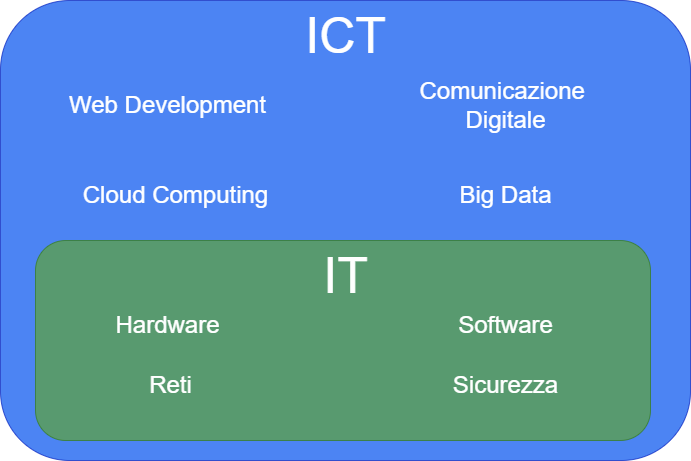
Above: images/ItIct.png in SirBeeow/Tesi (draw.io), before the change. Source tidied: cells renumbered, new cells last; positions are measured from the earlier drawing's top-left corner, leaving out a move shared by most shapes.
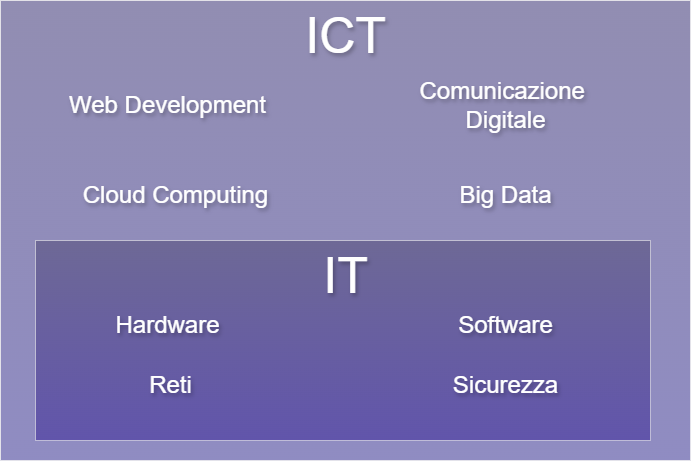
The same diagram one commit later.

The edit, as a diff of the source:
```diff
@@ -2,40 +2,40 @@
   <root>
     <mxCell id="0" />
     <mxCell id="1" parent="0" />
-    <mxCell id="2" style="rounded=1;whiteSpace=wrap;html=1;fillColor=#0050ef;strokeColor=#001DBC;fontColor=#ffffff;opacity=70;" parent="1" vertex="1">
+    <mxCell id="2" style="rounded=0;html=1;fillColor=#635D91;strokeColor=#EEEEEE;opacity=70;fontSize=12;arcSize=24;fillStyle=auto;labelBackgroundColor=none;fontColor=#FFFFFF;gradientColor=#605BA8;" parent="1" vertex="1">
       <mxGeometry width="690" height="460" as="geometry" />
     </mxCell>
-    <mxCell id="3" value="&lt;font style=&quot;font-size: 50px;&quot;&gt;ICT&lt;/font&gt;" style="text;fontSize=24;align=center;verticalAlign=middle;html=1;fontColor=#FFFFFF;" parent="1" vertex="1">
+    <mxCell id="3" value="&lt;font style=&quot;font-size: 50px;&quot;&gt;ICT&lt;/font&gt;" style="text;fontSize=24;align=center;verticalAlign=middle;html=1;fontColor=#FFFFFF;strokeColor=none;fillColor=none;perimeterSpacing=0;textShadow=1;fontStyle=0;rounded=0;labelBackgroundColor=none;" parent="1" vertex="1">
       <mxGeometry x="250" width="190" height="70" as="geometry" />
     </mxCell>
-    <mxCell id="4" style="rounded=1;whiteSpace=wrap;html=1;fillColor=#60a917;strokeColor=#2D7600;fontColor=#ffffff;opacity=60;" parent="1" vertex="1">
+    <mxCell id="4" style="rounded=0;whiteSpace=wrap;html=1;fillColor=#56517E;strokeColor=#EEEEEE;opacity=60;labelBackgroundColor=none;fontColor=#FFFFFF;gradientColor=#42309C;" parent="1" vertex="1">
       <mxGeometry x="35" y="240" width="615" height="200" as="geometry" />
     </mxCell>
-    <mxCell id="5" value="&lt;font style=&quot;font-size: 50px;&quot;&gt;IT&lt;/font&gt;" style="text;fontSize=24;align=center;verticalAlign=middle;html=1;fontColor=#FFFFFF;" parent="1" vertex="1">
+    <mxCell id="5" value="&lt;font style=&quot;font-size: 50px;&quot;&gt;IT&lt;/font&gt;" style="text;fontSize=24;align=center;verticalAlign=middle;html=1;fontColor=#FFFFFF;textShadow=1;rounded=0;labelBackgroundColor=none;" parent="1" vertex="1">
       <mxGeometry x="252.2" y="230" width="185.5" height="90" as="geometry" />
     </mxCell>
-    <mxCell id="6" value="Hardware" style="text;fontSize=24;align=center;verticalAlign=middle;html=1;fontColor=#FFFFFF;" parent="1" vertex="1">
+    <mxCell id="6" value="Hardware" style="text;fontSize=24;align=center;verticalAlign=middle;html=1;fontColor=#FFFFFF;textShadow=1;rounded=0;labelBackgroundColor=none;" parent="1" vertex="1">
       <mxGeometry x="72.2" y="290" width="190" height="70" as="geometry" />
     </mxCell>
-    <mxCell id="7" value="Software" style="text;fontSize=24;align=center;verticalAlign=middle;html=1;fontColor=#FFFFFF;" parent="1" vertex="1">
+    <mxCell id="7" value="Software" style="text;fontSize=24;align=center;verticalAlign=middle;html=1;fontColor=#FFFFFF;textShadow=1;rounded=0;labelBackgroundColor=none;" parent="1" vertex="1">
       <mxGeometry x="410" y="290" width="190" height="70" as="geometry" />
     </mxCell>
-    <mxCell id="8" value="Sicurezza" style="text;fontSize=24;align=center;verticalAlign=middle;html=1;fontColor=#FFFFFF;" parent="1" vertex="1">
+    <mxCell id="8" value="Sicurezza" style="text;fontSize=24;align=center;verticalAlign=middle;html=1;fontColor=#FFFFFF;textShadow=1;rounded=0;labelBackgroundColor=none;" parent="1" vertex="1">
       <mxGeometry x="410" y="350" width="190" height="70" as="geometry" />
     </mxCell>
-    <mxCell id="9" value="Reti" style="text;fontSize=24;align=center;verticalAlign=middle;html=1;fontColor=#FFFFFF;" parent="1" vertex="1">
+    <mxCell id="9" value="Reti" style="text;fontSize=24;align=center;verticalAlign=middle;html=1;fontColor=#FFFFFF;textShadow=1;rounded=0;labelBackgroundColor=none;" parent="1" vertex="1">
       <mxGeometry x="74.5" y="350" width="190" height="70" as="geometry" />
     </mxCell>
-    <mxCell id="10" value="Web&amp;nbsp;Development" style="text;fontSize=24;align=center;verticalAlign=middle;html=1;fontColor=#FFFFFF;" parent="1" vertex="1">
+    <mxCell id="10" value="Web&amp;nbsp;Development" style="text;fontSize=24;align=center;verticalAlign=middle;html=1;fontColor=#FFFFFF;labelBorderColor=none;textShadow=1;labelBackgroundColor=none;rounded=0;" parent="1" vertex="1">
       <mxGeometry x="72.2" y="70" width="190" height="70" as="geometry" />
     </mxCell>
-    <mxCell id="11" value="Comunicazione&amp;nbsp;&lt;div&gt;Digitale&lt;/div&gt;" style="text;fontSize=24;align=center;verticalAlign=middle;html=1;fontColor=#FFFFFF;" parent="1" vertex="1">
+    <mxCell id="11" value="Comunicazione&amp;nbsp;&lt;div&gt;Digitale&lt;/div&gt;" style="text;fontSize=24;align=center;verticalAlign=middle;html=1;fontColor=#FFFFFF;textShadow=1;rounded=0;labelBackgroundColor=none;" parent="1" vertex="1">
       <mxGeometry x="410" y="70" width="190" height="70" as="geometry" />
     </mxCell>
-    <mxCell id="12" value="Cloud Computing" style="text;fontSize=24;align=center;verticalAlign=middle;html=1;fontColor=#FFFFFF;" parent="1" vertex="1">
+    <mxCell id="12" value="Cloud Computing" style="text;fontSize=24;align=center;verticalAlign=middle;html=1;fontColor=#FFFFFF;textShadow=1;rounded=0;labelBackgroundColor=none;" parent="1" vertex="1">
       <mxGeometry x="80" y="160" width="190" height="70" as="geometry" />
     </mxCell>
-    <mxCell id="13" value="Big Data" style="text;fontSize=24;align=center;verticalAlign=middle;html=1;fontColor=#FFFFFF;" parent="1" vertex="1">
+    <mxCell id="13" value="Big Data" style="text;fontSize=24;align=center;verticalAlign=middle;html=1;fontColor=#FFFFFF;textShadow=1;rounded=0;labelBackgroundColor=none;" parent="1" vertex="1">
       <mxGeometry x="410" y="160" width="190" height="70" as="geometry" />
     </mxCell>
   </root>
```
